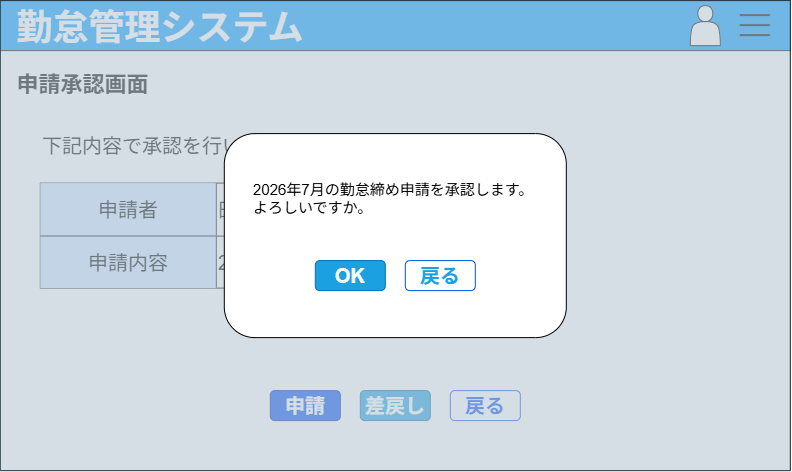
youkobaske/agentSupport-attendanceSystem keeps this draw.io diagram as docs/screen/screen_layout/AS011_②.png. Above is the earlier version. Source tidied: cells renumbered, new cells last; positions are measured from the earlier drawing's top-left corner, leaving out a move shared by most shapes. The source it was exported from:
```xml
<mxGraphModel>
  <root>
    <mxCell id="0" />
    <mxCell id="1" parent="0" />
    <mxCell id="2" style="rounded=0;whiteSpace=wrap;html=1;" parent="1" vertex="1">
      <mxGeometry width="790" height="470" as="geometry" />
    </mxCell>
    <mxCell id="3" style="rounded=0;whiteSpace=wrap;html=1;fillColor=light-dark(#009dff, #ededed);" parent="1" vertex="1">
      <mxGeometry width="790" height="50" as="geometry" />
    </mxCell>
    <mxCell id="4" value="&lt;font style=&quot;font-size: 36px;&quot; face=&quot;Comic Sans MS&quot;&gt;勤怠管理システム&lt;/font&gt;" style="text;html=1;whiteSpace=wrap;strokeColor=none;fillColor=none;align=center;verticalAlign=middle;rounded=0;fontColor=light-dark(#ffffff, #ededed);fontStyle=1;" parent="1" vertex="1">
      <mxGeometry width="320" height="50" as="geometry" />
    </mxCell>
    <mxCell id="5" style="shape=actor;whiteSpace=wrap;html=1;" parent="1" vertex="1">
      <mxGeometry x="690" y="5" width="30" height="40" as="geometry" />
    </mxCell>
    <mxCell id="6" style="group;" parent="1" vertex="1">
      <mxGeometry x="740" y="10" width="30" height="30" as="geometry" />
    </mxCell>
    <mxCell id="7" style="line;strokeWidth=2;html=1;" parent="6" vertex="1">
      <mxGeometry width="30" height="10" as="geometry" />
    </mxCell>
    <mxCell id="8" style="line;strokeWidth=2;html=1;" parent="6" vertex="1">
      <mxGeometry y="20" width="30" height="10" as="geometry" />
    </mxCell>
    <mxCell id="9" style="line;strokeWidth=2;html=1;" parent="6" vertex="1">
      <mxGeometry y="10" width="30" height="10" as="geometry" />
    </mxCell>
    <mxCell id="10" value="&lt;span style=&quot;font-size: 22px;&quot;&gt;&lt;b&gt;申請承認画面&lt;/b&gt;&lt;/span&gt;" style="text;html=1;whiteSpace=wrap;strokeColor=none;fillColor=none;align=center;verticalAlign=middle;rounded=0;" parent="1" vertex="1">
      <mxGeometry x="10" y="70" width="145" height="30" as="geometry" />
    </mxCell>
    <mxCell id="11" value="&lt;font&gt;下記内容で承認を行います。&lt;/font&gt;" style="text;html=1;whiteSpace=wrap;strokeColor=none;fillColor=none;align=left;verticalAlign=middle;rounded=0;fontSize=20;" parent="1" vertex="1">
      <mxGeometry x="40" y="130" width="272.5" height="30" as="geometry" />
    </mxCell>
    <mxCell id="12" value="&lt;font style=&quot;font-size: 20px;&quot;&gt;申請&lt;/font&gt;" style="rounded=1;whiteSpace=wrap;html=1;fillColor=#0050ef;strokeColor=#001DBC;fontColor=#ffffff;fontStyle=1;" parent="1" vertex="1">
      <mxGeometry x="270" y="390" width="70" height="30" as="geometry" />
    </mxCell>
    <mxCell id="13" value="&lt;span style=&quot;font-size: 20px;&quot;&gt;戻る&lt;/span&gt;" style="rounded=1;whiteSpace=wrap;html=1;strokeColor=light-dark(#0050ef, #ededed);fontStyle=1;fontColor=light-dark(#0050ef, #ededed);" parent="1" vertex="1">
      <mxGeometry x="450" y="390" width="70" height="30" as="geometry" />
    </mxCell>
    <mxCell id="14" value="&lt;span style=&quot;font-size: 20px;&quot;&gt;差戻し&lt;/span&gt;" style="rounded=1;whiteSpace=wrap;html=1;fillColor=#1ba1e2;strokeColor=#006EAF;fontColor=#ffffff;fontStyle=1;" parent="1" vertex="1">
      <mxGeometry x="360" y="390" width="70" height="30" as="geometry" />
    </mxCell>
    <mxCell id="15" style="shape=table;startSize=0;fontSize=16;" parent="1" vertex="1">
      <mxGeometry x="40" y="182.5" width="452.5" height="105" as="geometry" />
    </mxCell>
    <mxCell id="16" style="shape=tableRow;horizontal=0;startSize=0;swimlaneHead=0;swimlaneBody=0;strokeColor=inherit;top=0;left=0;bottom=0;right=0;fillColor=none;fontSize=16;" parent="15" vertex="1">
      <mxGeometry width="452.5" height="53" as="geometry" />
    </mxCell>
    <mxCell id="17" value="申請者" style="shape=partialRectangle;html=1;whiteSpace=wrap;strokeColor=#36393d;overflow=hidden;fillColor=#cce5ff;top=0;left=0;bottom=0;right=0;fontSize=20;" parent="16" vertex="1">
      <mxGeometry width="176" height="53" as="geometry" />
    </mxCell>
    <mxCell id="18" value="田中 三郎" style="shape=partialRectangle;html=1;whiteSpace=wrap;strokeColor=inherit;overflow=hidden;fillColor=none;top=0;left=0;bottom=0;right=0;fontSize=20;align=left;" parent="16" vertex="1">
      <mxGeometry x="176" width="277" height="53" as="geometry" />
    </mxCell>
    <mxCell id="19" style="shape=tableRow;horizontal=0;startSize=0;swimlaneHead=0;swimlaneBody=0;strokeColor=inherit;top=0;left=0;bottom=0;right=0;fillColor=none;fontSize=16;" parent="15" vertex="1">
      <mxGeometry y="53" width="452.5" height="52" as="geometry" />
    </mxCell>
    <mxCell id="20" value="申請内容" style="shape=partialRectangle;html=1;whiteSpace=wrap;strokeColor=#36393d;overflow=hidden;fillColor=#cce5ff;top=0;left=0;bottom=0;right=0;fontSize=20;" parent="19" vertex="1">
      <mxGeometry width="176" height="52" as="geometry" />
    </mxCell>
    <mxCell id="21" value="&lt;span style=&quot;font-size: 20px;&quot;&gt;2026年7月の勤怠締め申請&lt;/span&gt;" style="shape=partialRectangle;html=1;whiteSpace=wrap;strokeColor=inherit;overflow=hidden;fillColor=none;top=0;left=0;bottom=0;right=0;fontSize=16;align=left;" parent="19" vertex="1">
      <mxGeometry x="176" width="277" height="52" as="geometry" />
    </mxCell>
    <mxCell id="22" style="rounded=0;whiteSpace=wrap;html=1;fillColor=#bac8d3;strokeColor=#23445d;opacity=60;" parent="1" vertex="1">
      <mxGeometry width="790" height="470" as="geometry" />
    </mxCell>
    <mxCell id="23" style="rounded=1;whiteSpace=wrap;html=1;" parent="1" vertex="1">
      <mxGeometry x="224" y="133" width="342" height="204" as="geometry" />
    </mxCell>
    <mxCell id="24" value="2026年7月の勤怠締め申請を承認します。よろしいですか。" style="text;html=1;whiteSpace=wrap;strokeColor=none;fillColor=none;align=left;verticalAlign=middle;rounded=0;fontSize=15;" parent="1" vertex="1">
      <mxGeometry x="251.5" y="182.5" width="287" height="30" as="geometry" />
    </mxCell>
    <mxCell id="25" value="&lt;span style=&quot;font-size: 20px;&quot;&gt;OK&lt;/span&gt;" style="rounded=1;whiteSpace=wrap;html=1;fillColor=#1ba1e2;strokeColor=#006EAF;fontStyle=1;fontColor=#ffffff;" parent="1" vertex="1">
      <mxGeometry x="315" y="260" width="70" height="30" as="geometry" />
    </mxCell>
    <mxCell id="26" value="&lt;span style=&quot;font-size: 20px;&quot;&gt;戻る&lt;/span&gt;" style="rounded=1;whiteSpace=wrap;html=1;strokeColor=light-dark(#0050ef, #ededed);fontStyle=1;fontColor=light-dark(#1ba1e2, #ededed);" parent="1" vertex="1">
      <mxGeometry x="405" y="260" width="70" height="30" as="geometry" />
    </mxCell>
  </root>
</mxGraphModel>
```
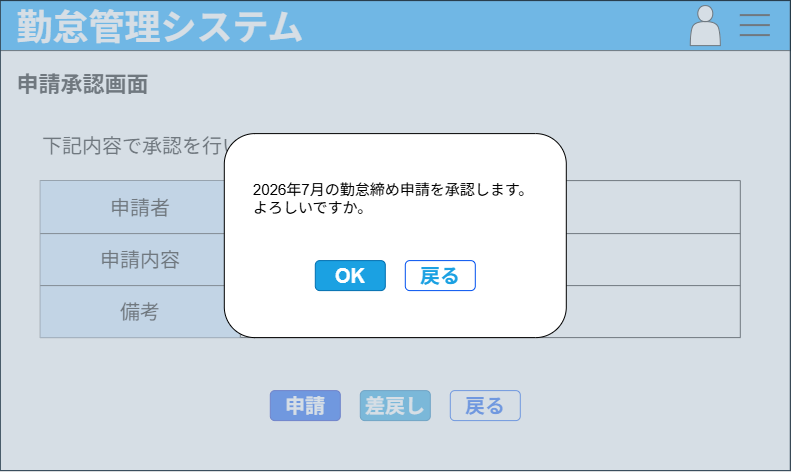
After the change.

The edit, as a diff of the source:
```diff
@@ -2,7 +2,7 @@
   <root>
     <mxCell id="0" />
     <mxCell id="1" parent="0" />
-    <mxCell id="2" style="rounded=0;whiteSpace=wrap;html=1;" parent="1" vertex="1">
+    <mxCell id="2" style="rounded=0;whiteSpace=wrap;html=1;fontStyle=1;" parent="1" vertex="1">
       <mxGeometry width="790" height="470" as="geometry" />
     </mxCell>
     <mxCell id="3" style="rounded=0;whiteSpace=wrap;html=1;fillColor=light-dark(#009dff, #ededed);" parent="1" vertex="1">
@@ -41,27 +41,36 @@
     <mxCell id="14" value="&lt;span style=&quot;font-size: 20px;&quot;&gt;差戻し&lt;/span&gt;" style="rounded=1;whiteSpace=wrap;html=1;fillColor=#1ba1e2;strokeColor=#006EAF;fontColor=#ffffff;fontStyle=1;" parent="1" vertex="1">
       <mxGeometry x="360" y="390" width="70" height="30" as="geometry" />
     </mxCell>
-    <mxCell id="15" style="shape=table;startSize=0;fontSize=16;" parent="1" vertex="1">
-      <mxGeometry x="40" y="182.5" width="452.5" height="105" as="geometry" />
-    </mxCell>
-    <mxCell id="16" style="shape=tableRow;horizontal=0;startSize=0;swimlaneHead=0;swimlaneBody=0;strokeColor=inherit;top=0;left=0;bottom=0;right=0;fillColor=none;fontSize=16;" parent="15" vertex="1">
-      <mxGeometry width="452.5" height="53" as="geometry" />
-    </mxCell>
+    <mxCell id="27" style="shape=table;startSize=0;fontSize=16;" parent="1" vertex="1">
+      <mxGeometry x="40" y="180" width="700" height="157" as="geometry" />
+    </mxCell>
+    <mxCell id="28" style="shape=tableRow;horizontal=0;startSize=0;swimlaneHead=0;swimlaneBody=0;strokeColor=inherit;top=0;left=0;bottom=0;right=0;fillColor=none;fontSize=16;" parent="27" vertex="1">
+      <mxGeometry width="700" height="53" as="geometry" />
+    </mxCell>
-    <mxCell id="17" value="申請者" style="shape=partialRectangle;html=1;whiteSpace=wrap;strokeColor=#36393d;overflow=hidden;fillColor=#cce5ff;top=0;left=0;bottom=0;right=0;fontSize=20;" parent="16" vertex="1">
-      <mxGeometry width="176" height="53" as="geometry" />
+    <mxCell id="17" value="申請者" style="shape=partialRectangle;html=1;whiteSpace=wrap;strokeColor=#36393d;overflow=hidden;fillColor=#cce5ff;top=0;left=0;bottom=0;right=0;fontSize=20;" parent="28" vertex="1">
+      <mxGeometry width="200" height="53" as="geometry" />
     </mxCell>
-    <mxCell id="18" value="田中 三郎" style="shape=partialRectangle;html=1;whiteSpace=wrap;strokeColor=inherit;overflow=hidden;fillColor=none;top=0;left=0;bottom=0;right=0;fontSize=20;align=left;" parent="16" vertex="1">
-      <mxGeometry x="176" width="277" height="53" as="geometry" />
+    <mxCell id="18" value="田中 三郎" style="shape=partialRectangle;html=1;whiteSpace=wrap;strokeColor=inherit;overflow=hidden;fillColor=none;top=0;left=0;bottom=0;right=0;fontSize=20;align=left;" parent="28" vertex="1">
+      <mxGeometry x="200" width="500" height="53" as="geometry" />
     </mxCell>
-    <mxCell id="19" style="shape=tableRow;horizontal=0;startSize=0;swimlaneHead=0;swimlaneBody=0;strokeColor=inherit;top=0;left=0;bottom=0;right=0;fillColor=none;fontSize=16;" parent="15" vertex="1">
-      <mxGeometry y="53" width="452.5" height="52" as="geometry" />
-    </mxCell>
+    <mxCell id="29" style="shape=tableRow;horizontal=0;startSize=0;swimlaneHead=0;swimlaneBody=0;strokeColor=inherit;top=0;left=0;bottom=0;right=0;fillColor=none;fontSize=16;" parent="27" vertex="1">
+      <mxGeometry y="53" width="700" height="52" as="geometry" />
+    </mxCell>
-    <mxCell id="20" value="申請内容" style="shape=partialRectangle;html=1;whiteSpace=wrap;strokeColor=#36393d;overflow=hidden;fillColor=#cce5ff;top=0;left=0;bottom=0;right=0;fontSize=20;" parent="19" vertex="1">
-      <mxGeometry width="176" height="52" as="geometry" />
+    <mxCell id="20" value="申請内容" style="shape=partialRectangle;html=1;whiteSpace=wrap;strokeColor=#36393d;overflow=hidden;fillColor=#cce5ff;top=0;left=0;bottom=0;right=0;fontSize=20;" parent="29" vertex="1">
+      <mxGeometry width="200" height="52" as="geometry" />
     </mxCell>
-    <mxCell id="21" value="&lt;span style=&quot;font-size: 20px;&quot;&gt;2026年7月の勤怠締め申請&lt;/span&gt;" style="shape=partialRectangle;html=1;whiteSpace=wrap;strokeColor=inherit;overflow=hidden;fillColor=none;top=0;left=0;bottom=0;right=0;fontSize=16;align=left;" parent="19" vertex="1">
-      <mxGeometry x="176" width="277" height="52" as="geometry" />
+    <mxCell id="21" value="&lt;span style=&quot;font-size: 20px;&quot;&gt;2026年7月の勤怠締め申請&lt;/span&gt;" style="shape=partialRectangle;html=1;whiteSpace=wrap;strokeColor=inherit;overflow=hidden;fillColor=none;top=0;left=0;bottom=0;right=0;fontSize=16;align=left;" parent="29" vertex="1">
+      <mxGeometry x="200" width="500" height="52" as="geometry" />
     </mxCell>
+    <mxCell id="30" style="shape=tableRow;horizontal=0;startSize=0;swimlaneHead=0;swimlaneBody=0;strokeColor=inherit;top=0;left=0;bottom=0;right=0;fillColor=none;fontSize=16;" parent="27" vertex="1">
+      <mxGeometry y="105" width="700" height="52" as="geometry" />
+    </mxCell>
+    <mxCell id="31" value="備考" style="shape=partialRectangle;html=1;whiteSpace=wrap;strokeColor=#36393d;overflow=hidden;fillColor=#cce5ff;top=0;left=0;bottom=0;right=0;fontSize=20;" parent="30" vertex="1">
+      <mxGeometry width="200" height="52" as="geometry" />
+    </mxCell>
+    <mxCell id="32" style="shape=partialRectangle;html=1;whiteSpace=wrap;strokeColor=inherit;overflow=hidden;fillColor=none;top=0;left=0;bottom=0;right=0;fontSize=16;align=left;" parent="30" vertex="1">
+      <mxGeometry x="200" width="500" height="52" as="geometry" />
+    </mxCell>
     <mxCell id="22" style="rounded=0;whiteSpace=wrap;html=1;fillColor=#bac8d3;strokeColor=#23445d;opacity=60;" parent="1" vertex="1">
       <mxGeometry width="790" height="470" as="geometry" />
     </mxCell>
```
